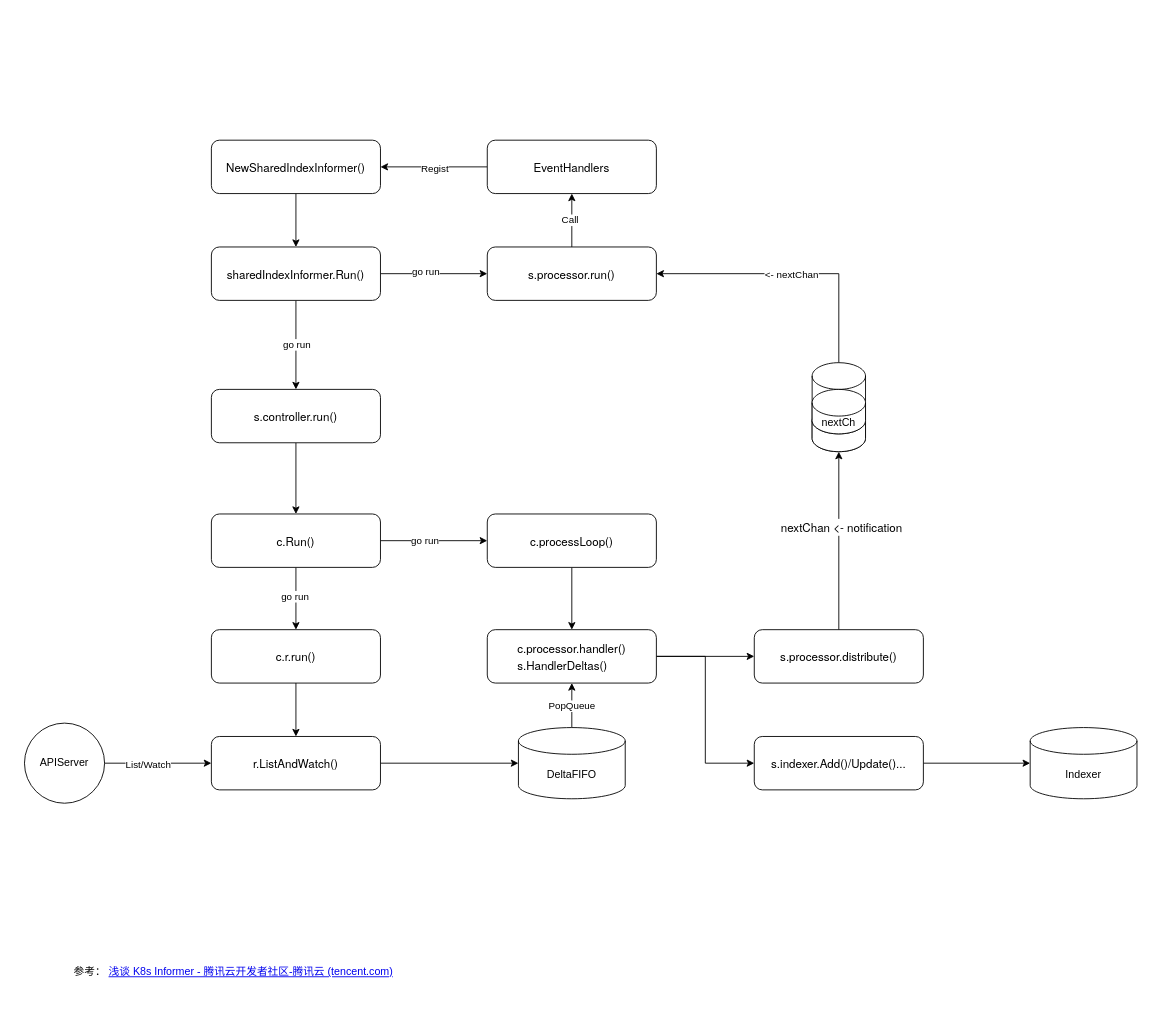
The draw.io diagram informer.drawio in esimest/flowchart, before the edit. Source tidied: cells renumbered, new cells numbered last; positions are measured from the earlier drawing's top-left corner, leaving out a move shared by most shapes. Both pictures are drawn from the tidied source at 89%, with x=0, y=0 at pixel (15, 140).
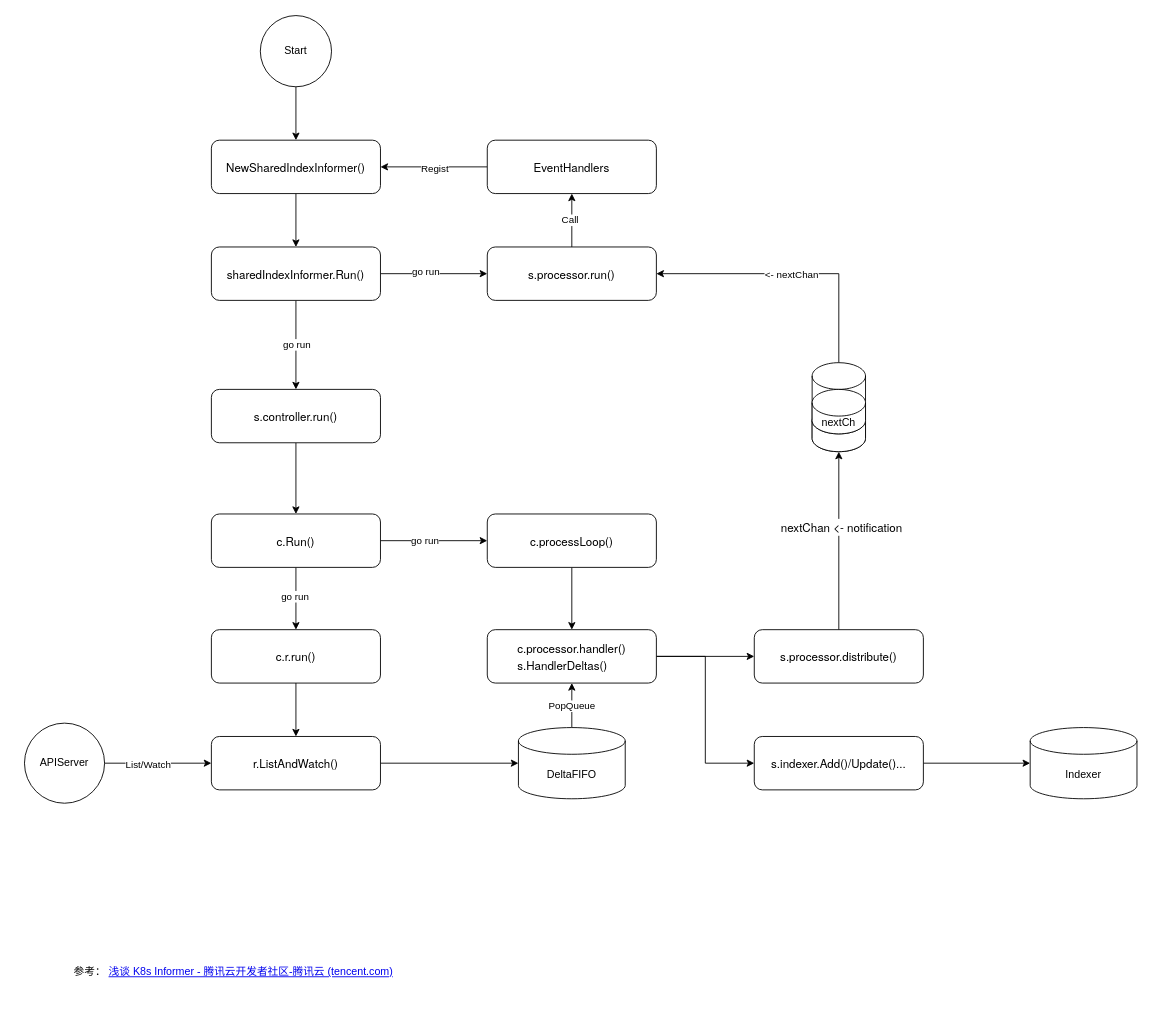
The same page after the edit.

Unchanged cells that the change refers to:
```xml
<mxCell id="3" value="&lt;p style=&quot;margin: 0px; font-variant-numeric: normal; font-variant-east-asian: normal; font-stretch: normal; font-size: 13px; line-height: normal; font-family: &amp;quot;Helvetica Neue&amp;quot;; text-align: start;&quot; class=&quot;p1&quot;&gt;NewSharedIndexInformer()&lt;/p&gt;" style="rounded=1;whiteSpace=wrap;html=1;" parent="1" vertex="1">
  <mxGeometry x="220" width="190" height="60" as="geometry" />
</mxCell>
```

Change to the diagram source:
```diff
@@
+    <mxCell id="49" style="edgeStyle=orthogonalEdgeStyle;rounded=0;jettySize=auto;html=1;exitX=0.5;exitY=1;exitDx=0;exitDy=0;" parent="1" edge="1" source="50" target="3">
+      <mxGeometry relative="1" as="geometry" />
+    </mxCell>
+    <mxCell id="50" value="Start" style="ellipse;whiteSpace=wrap;html=1;" parent="1" vertex="1">
+      <mxGeometry x="275" y="-140" width="80" height="80" as="geometry" />
+    </mxCell>
```
